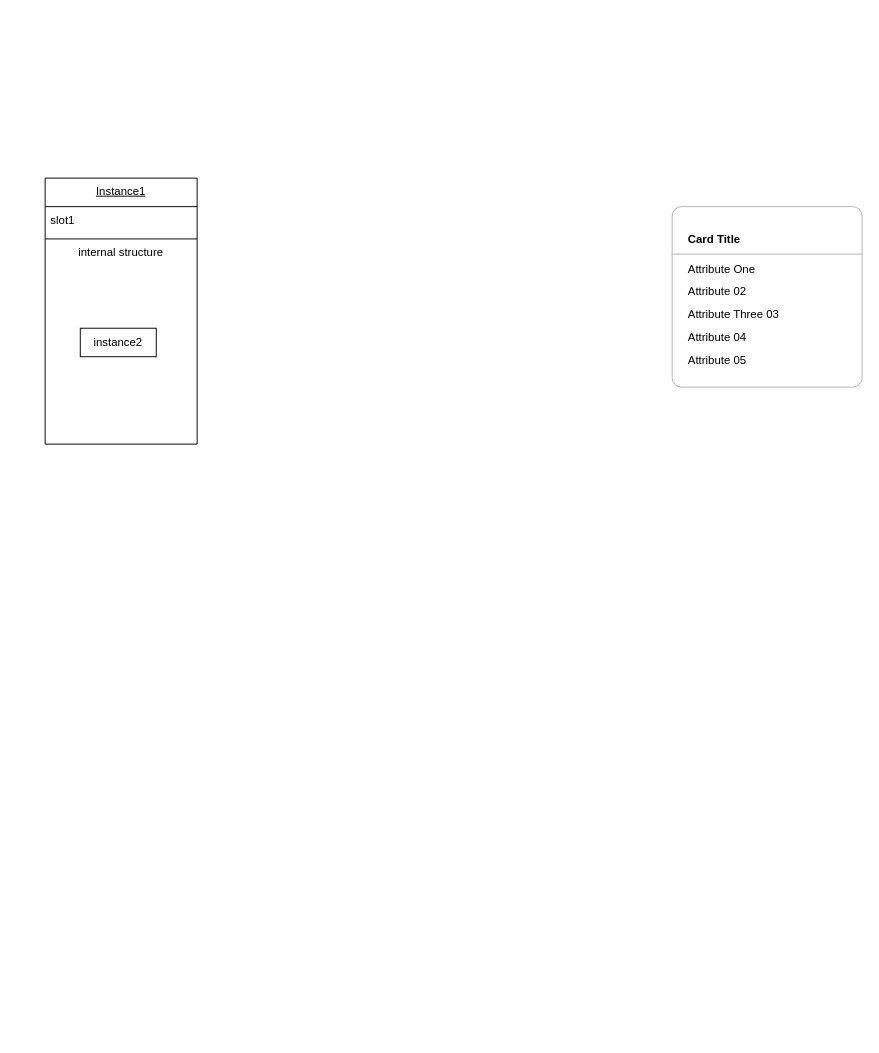
The draw.io diagram 人行征信助手规划.drawio in 1040112370/draw_file, before the edit. Source tidied: cells renumbered, new cells numbered last; positions are measured from the earlier drawing's top-left corner, leaving out a move shared by most shapes. Both pictures are drawn from the tidied source at 95%, with x=0, y=0 at pixel (45, 178).
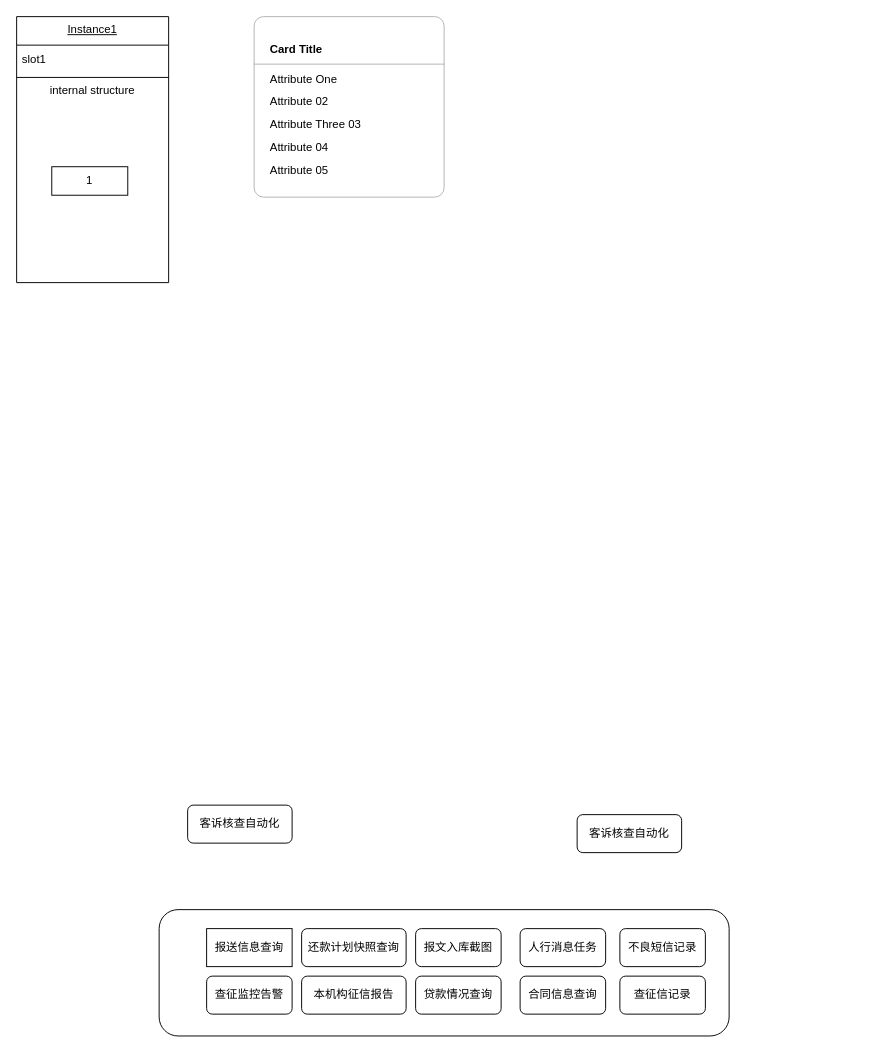
The same diagram, later.

Commit message:
更新人行征信助手规划.drawio

The change refers to these unchanged cells:
```xml
<mxCell id="6" style="swimlane;fontStyle=1;align=center;verticalAlign=top;horizontal=1;startSize=0;html=1;strokeColor=none;fillColor=none;whiteSpace=wrap;" parent="2" vertex="1">
  <mxGeometry y="88" width="160" height="192" as="geometry" />
</mxCell>
```

What changed in the source:
```diff
@@
+    <mxCell id="15" style="rounded=1;whiteSpace=wrap;html=1;" parent="1" vertex="1">
+      <mxGeometry x="120" y="770" width="600" height="133" as="geometry" />
+    </mxCell>
     <mxCell id="2" value="Instance1" style="swimlane;fontStyle=4;align=center;verticalAlign=top;horizontal=1;startSize=30;html=1;whiteSpace=wrap;" parent="1" vertex="1">
-      <mxGeometry width="160" height="280" as="geometry" />
+      <mxGeometry x="-30" y="-170" width="160" height="280" as="geometry" />
     </mxCell>
@@
-    <mxCell id="7" value="instance2" style="html=1;align=center;verticalAlign=middle;whiteSpace=wrap;" parent="6" vertex="1">
+    <mxCell id="7" value="1" style="html=1;align=center;verticalAlign=middle;whiteSpace=wrap;" parent="6" vertex="1">
       <mxGeometry width="80" height="30" relative="1" as="geometry">
         <mxPoint x="37" y="70" as="offset" />
       </mxGeometry>
     </mxCell>
     <mxCell id="8" style="rounded=1;whiteSpace=wrap;html=1;strokeColor=#B3B3B3;arcSize=20;absoluteArcSize=1;" parent="1" vertex="1">
-      <mxGeometry x="660" y="30" width="200" height="190" as="geometry" />
+      <mxGeometry x="220" y="-170" width="200" height="190" as="geometry" />
     </mxCell>
@@
+    <mxCell id="16" value="&lt;span style=&quot;font-size: 12px;&quot;&gt;还款计划快照查询&lt;/span&gt;" style="rounded=1;whiteSpace=wrap;html=1;" parent="1" vertex="1">
+      <mxGeometry x="270" y="790" width="110" height="40" as="geometry" />
+    </mxCell>
+    <mxCell id="17" value="&lt;span style=&quot;font-size: 12px;&quot;&gt;报送信息查询&lt;/span&gt;" style="rounded=0;whiteSpace=wrap;html=1;fontFamily=Helvetica;" parent="1" vertex="1">
+      <mxGeometry x="170" y="790" width="90" height="40" as="geometry" />
+    </mxCell>
+    <mxCell id="18" value="&lt;span style=&quot;font-size: 12px;&quot;&gt;贷款情况查询&lt;/span&gt;" style="rounded=1;whiteSpace=wrap;html=1;" parent="1" vertex="1">
+      <mxGeometry x="390" y="840" width="90" height="40" as="geometry" />
+    </mxCell>
+    <mxCell id="19" value="&lt;span style=&quot;font-size: 12px;&quot;&gt;报文入库截图&lt;/span&gt;" style="rounded=1;whiteSpace=wrap;html=1;" parent="1" vertex="1">
+      <mxGeometry x="390" y="790" width="90" height="40" as="geometry" />
+    </mxCell>
+    <mxCell id="20" value="&lt;span style=&quot;font-size: 12px;&quot;&gt;合同信息查询&lt;/span&gt;" style="rounded=1;whiteSpace=wrap;html=1;" parent="1" vertex="1">
+      <mxGeometry x="500" y="840" width="90" height="40" as="geometry" />
+    </mxCell>
+    <mxCell id="21" value="&lt;span style=&quot;font-size: 12px;&quot;&gt;不良短信记录&lt;/span&gt;" style="rounded=1;whiteSpace=wrap;html=1;" parent="1" vertex="1">
+      <mxGeometry x="605" y="790" width="90" height="40" as="geometry" />
+    </mxCell>
+    <mxCell id="22" value="客诉核查自动化" style="rounded=1;whiteSpace=wrap;html=1;" parent="1" vertex="1">
+      <mxGeometry x="560" y="670" width="110" height="40" as="geometry" />
+    </mxCell>
+    <mxCell id="23" value="&lt;span style=&quot;font-size: 12px;&quot;&gt;查征信记录&lt;/span&gt;" style="rounded=1;whiteSpace=wrap;html=1;" parent="1" vertex="1">
+      <mxGeometry x="605" y="840" width="90" height="40" as="geometry" />
+    </mxCell>
+    <mxCell id="24" value="&lt;span style=&quot;font-size: 12px;&quot;&gt;人行消息任务&lt;/span&gt;" style="rounded=1;whiteSpace=wrap;html=1;" parent="1" vertex="1">
+      <mxGeometry x="500" y="790" width="90" height="40" as="geometry" />
+    </mxCell>
+    <mxCell id="25" value="&lt;span style=&quot;font-size: 12px;&quot;&gt;查征监控告警&lt;/span&gt;" style="rounded=1;whiteSpace=wrap;html=1;fontFamily=Helvetica;" parent="1" vertex="1">
+      <mxGeometry x="170" y="840" width="90" height="40" as="geometry" />
+    </mxCell>
+    <mxCell id="26" value="&lt;span style=&quot;font-size: 12px;&quot;&gt;本机构征信报告&lt;/span&gt;" style="rounded=1;whiteSpace=wrap;html=1;fontFamily=Helvetica;" parent="1" vertex="1">
+      <mxGeometry x="270" y="840" width="110" height="40" as="geometry" />
+    </mxCell>
+    <mxCell id="27" value="客诉核查自动化" style="rounded=1;whiteSpace=wrap;html=1;" parent="1" vertex="1">
+      <mxGeometry x="150" y="660" width="110" height="40" as="geometry" />
+    </mxCell>
```
